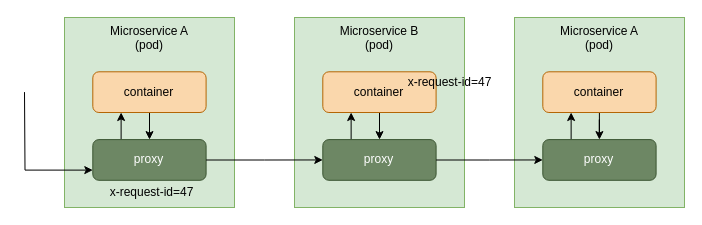
Before: istio/assets/diagram.drawio in aditya109/learning-devops-tools, a draw.io diagram. Source tidied: cells renumbered, new cells numbered last; positions are measured from the earlier drawing's top-left corner, leaving out a move shared by most shapes. Both pictures are drawn from the tidied source at 100%, with x=0, y=0 at pixel (24, 17).
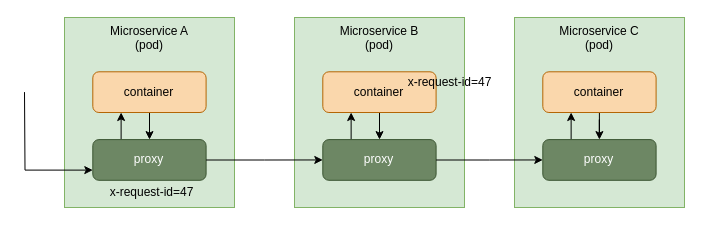
The same page after the edit.

The change refers to these unchanged cells:
```xml
<mxCell id="16" style="group;" parent="1" vertex="1">
  <mxGeometry x="490" width="170" height="190" as="geometry" />
</mxCell>
```

Diff of the diagram source:
```diff
@@
-    <mxCell id="17" value="Microservice A&lt;br&gt;(pod)" style="rounded=0;whiteSpace=wrap;html=1;verticalAlign=top;fillColor=#d5e8d4;strokeColor=#82b366;" parent="16" vertex="1">
+    <mxCell id="17" value="Microservice C&lt;br&gt;(pod)" style="rounded=0;whiteSpace=wrap;html=1;verticalAlign=top;fillColor=#d5e8d4;strokeColor=#82b366;" parent="16" vertex="1">
       <mxGeometry width="170" height="190" as="geometry" />
     </mxCell>
```
